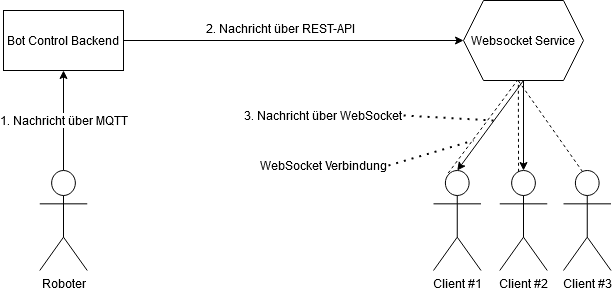
lepult/bachelor-thesis keeps this draw.io diagram as abbildungen/Websocket Service.png. Above is the earlier version. Source tidied: cells renumbered, new cells last; positions are measured from the earlier drawing's top-left corner, leaving out a move shared by most shapes. Its diagram source:
```xml
<mxGraphModel>
  <root>
    <mxCell id="0" />
    <mxCell id="1" parent="0" />
    <mxCell id="2" value="&lt;div&gt;Client #1&lt;br&gt;&lt;/div&gt;" style="shape=umlActor;verticalLabelPosition=bottom;verticalAlign=top;html=1;outlineConnect=0;" parent="1" vertex="1">
      <mxGeometry x="430" y="170" width="47.5" height="100" as="geometry" />
    </mxCell>
    <mxCell id="3" value="Bot Control Backend" style="rounded=0;whiteSpace=wrap;html=1;" parent="1" vertex="1">
      <mxGeometry y="10" width="120" height="60" as="geometry" />
    </mxCell>
    <mxCell id="4" value="Websocket Service" style="shape=hexagon;perimeter=hexagonPerimeter2;whiteSpace=wrap;html=1;fixedSize=1;" parent="1" vertex="1">
      <mxGeometry x="460" width="120" height="80" as="geometry" />
    </mxCell>
    <mxCell id="5" style="endArrow=classic;html=1;rounded=0;" parent="1" edge="1">
      <mxGeometry relative="1" as="geometry">
        <mxPoint x="60" y="170" as="sourcePoint" />
        <mxPoint x="60" y="70" as="targetPoint" />
      </mxGeometry>
    </mxCell>
    <mxCell id="6" value="&lt;font style=&quot;font-size: 12px;&quot;&gt;1. Nachricht über MQTT&lt;/font&gt;" style="edgeLabel;html=1;align=center;verticalAlign=middle;" parent="5" vertex="1">
      <mxGeometry x="-0.02" y="1" relative="1" as="geometry">
        <mxPoint x="1" y="-1" as="offset" />
      </mxGeometry>
    </mxCell>
    <mxCell id="7" style="endArrow=classic;html=1;rounded=0;entryX=0;entryY=0.5;entryDx=0;entryDy=0;exitX=1;exitY=0.5;exitDx=0;exitDy=0;" parent="1" edge="1" source="3" target="4">
      <mxGeometry relative="1" as="geometry" />
    </mxCell>
    <mxCell id="8" value="&lt;font style=&quot;font-size: 12px;&quot;&gt;2. Nachricht über REST-API&lt;/font&gt;" style="edgeLabel;html=1;align=center;verticalAlign=middle;" parent="7" vertex="1">
      <mxGeometry x="-0.02" y="1" relative="1" as="geometry">
        <mxPoint x="-11" y="-11" as="offset" />
      </mxGeometry>
    </mxCell>
    <mxCell id="9" value="&lt;div&gt;Client #2&lt;br&gt;&lt;/div&gt;" style="shape=umlActor;verticalLabelPosition=bottom;verticalAlign=top;html=1;outlineConnect=0;" parent="1" vertex="1">
      <mxGeometry x="496.2" y="170" width="47.5" height="100" as="geometry" />
    </mxCell>
    <mxCell id="10" value="&lt;div&gt;Client #3&lt;br&gt;&lt;/div&gt;" style="shape=umlActor;verticalLabelPosition=bottom;verticalAlign=top;html=1;outlineConnect=0;" parent="1" vertex="1">
      <mxGeometry x="560" y="170" width="47.5" height="100" as="geometry" />
    </mxCell>
    <mxCell id="11" style="endArrow=classic;html=1;rounded=0;exitX=0.5;exitY=1;exitDx=0;exitDy=0;entryX=0.5;entryY=0;entryDx=0;entryDy=0;entryPerimeter=0;" parent="1" edge="1" source="4" target="2">
      <mxGeometry relative="1" as="geometry" />
    </mxCell>
    <mxCell id="12" style="endArrow=classic;html=1;rounded=0;exitX=0.5;exitY=1;exitDx=0;exitDy=0;entryX=0.5;entryY=0;entryDx=0;entryDy=0;entryPerimeter=0;" parent="1" edge="1" source="4" target="9">
      <mxGeometry relative="1" as="geometry" />
    </mxCell>
    <mxCell id="13" style="endArrow=none;dashed=1;html=1;rounded=0;entryX=0.449;entryY=0.999;entryDx=0;entryDy=0;entryPerimeter=0;exitX=0.309;exitY=0.026;exitDx=0;exitDy=0;exitPerimeter=0;" parent="1" edge="1" source="2" target="4">
      <mxGeometry relative="1" as="geometry" />
    </mxCell>
    <mxCell id="14" style="endArrow=none;dashed=1;html=1;rounded=0;exitX=0.396;exitY=0.013;exitDx=0;exitDy=0;exitPerimeter=0;entryX=0.457;entryY=1.011;entryDx=0;entryDy=0;entryPerimeter=0;" parent="1" edge="1" source="9" target="4">
      <mxGeometry relative="1" as="geometry" />
    </mxCell>
    <mxCell id="15" style="endArrow=none;dashed=1;html=1;rounded=0;entryX=0.457;entryY=1.003;entryDx=0;entryDy=0;entryPerimeter=0;exitX=0.4;exitY=0.011;exitDx=0;exitDy=0;exitPerimeter=0;" parent="1" edge="1" source="10" target="4">
      <mxGeometry relative="1" as="geometry" />
    </mxCell>
    <mxCell id="16" value="3. Nachricht über WebSocket" style="text;html=1;strokeColor=none;fillColor=none;align=center;verticalAlign=middle;whiteSpace=wrap;rounded=0;" parent="1" vertex="1">
      <mxGeometry x="240" y="100" width="160" height="30" as="geometry" />
    </mxCell>
    <mxCell id="17" style="endArrow=none;dashed=1;html=1;dashPattern=1 3;strokeWidth=2;rounded=0;entryX=1;entryY=0.5;entryDx=0;entryDy=0;" parent="1" edge="1" target="16">
      <mxGeometry relative="1" as="geometry">
        <mxPoint x="490" y="120" as="sourcePoint" />
      </mxGeometry>
    </mxCell>
    <mxCell id="18" value="WebSocket Verbindung" style="text;html=1;strokeColor=none;fillColor=none;align=center;verticalAlign=middle;whiteSpace=wrap;rounded=0;" parent="1" vertex="1">
      <mxGeometry x="255" y="150" width="130" height="30" as="geometry" />
    </mxCell>
    <mxCell id="19" style="endArrow=none;dashed=1;html=1;dashPattern=1 3;strokeWidth=2;rounded=0;exitX=1;exitY=0.5;exitDx=0;exitDy=0;" parent="1" edge="1" source="18">
      <mxGeometry relative="1" as="geometry">
        <mxPoint x="470" y="140" as="targetPoint" />
      </mxGeometry>
    </mxCell>
    <mxCell id="20" value="Roboter" style="shape=umlActor;verticalLabelPosition=bottom;verticalAlign=top;html=1;" parent="1" vertex="1">
      <mxGeometry x="36.2" y="170" width="47.5" height="100" as="geometry" />
    </mxCell>
  </root>
</mxGraphModel>
```
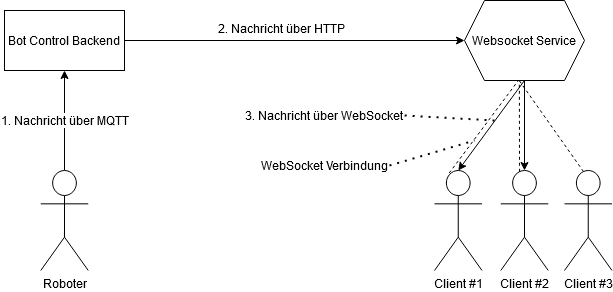
Later version of the same file.

Change to the diagram source:
```diff
@@ -25,7 +25,7 @@
     <mxCell id="7" style="endArrow=classic;html=1;rounded=0;entryX=0;entryY=0.5;entryDx=0;entryDy=0;exitX=1;exitY=0.5;exitDx=0;exitDy=0;" parent="1" edge="1" source="3" target="4">
       <mxGeometry relative="1" as="geometry" />
     </mxCell>
-    <mxCell id="8" value="&lt;font style=&quot;font-size: 12px;&quot;&gt;2. Nachricht über REST-API&lt;/font&gt;" style="edgeLabel;html=1;align=center;verticalAlign=middle;" parent="7" vertex="1">
+    <mxCell id="8" value="&lt;font style=&quot;font-size: 12px;&quot;&gt;2. Nachricht über HTTP&lt;/font&gt;" style="edgeLabel;html=1;align=center;verticalAlign=middle;" parent="7" vertex="1">
       <mxGeometry x="-0.02" y="1" relative="1" as="geometry">
         <mxPoint x="-11" y="-11" as="offset" />
       </mxGeometry>
```
